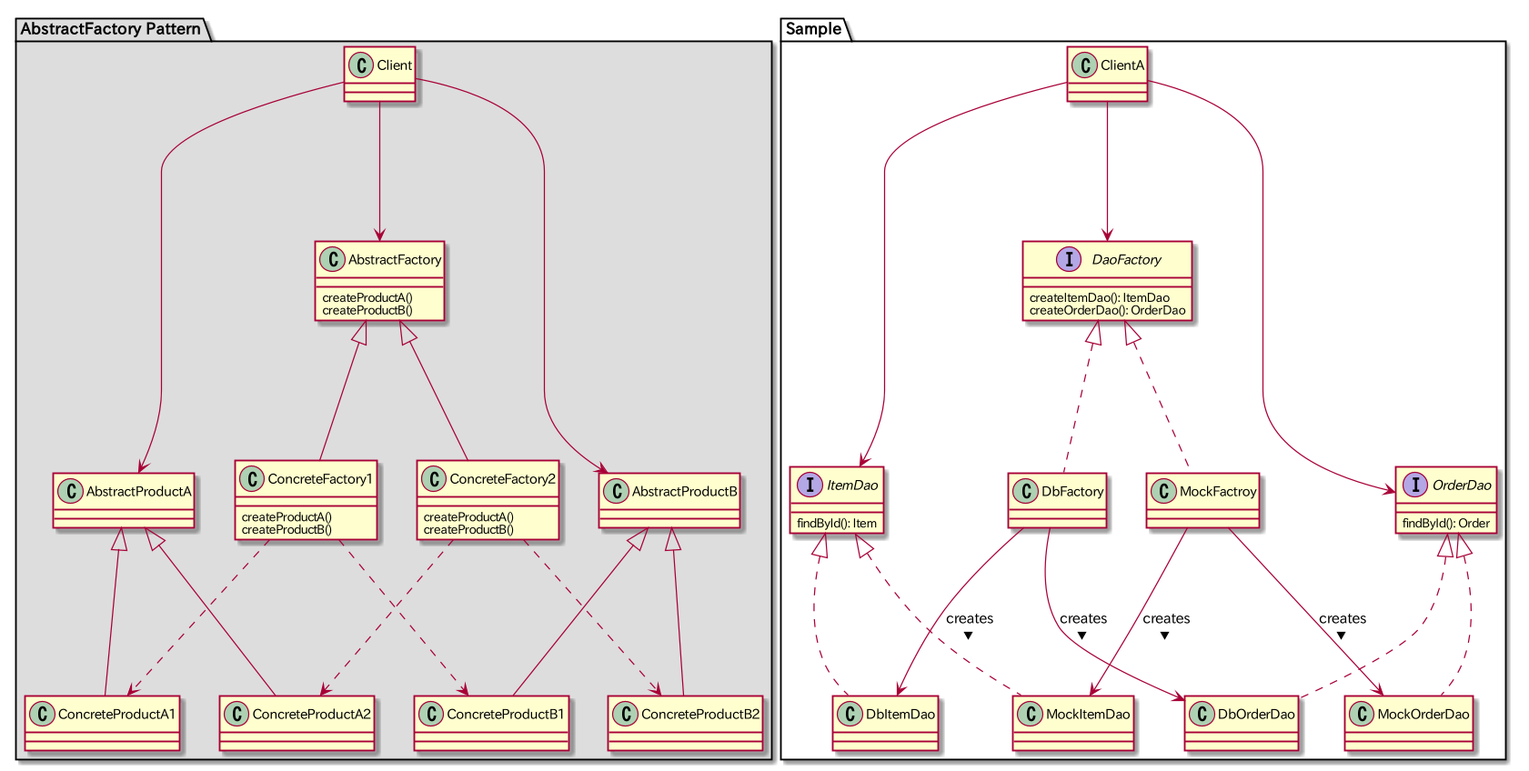
kenjis/PhpDesignPattern keeps this PlantUML diagram as AbstractFactory/AbstractFactory_class_dia.png. Above is the earlier version. Its diagram source:
```plantuml
@startuml

package "AbstractFactory Pattern" #DDDDDD {
  class AbstractFactory {
    createProductA()
    createProductB()
  }

  class ConcreteFactory1 {
    createProductA()
    createProductB()
  }

  class ConcreteFactory2 {
    createProductA()
    createProductB()
  }

  AbstractFactory <|-- ConcreteFactory1
  AbstractFactory <|-- ConcreteFactory2

  class AbstractProductA
  class ConcreteProductA1
  class ConcreteProductA2

  AbstractProductA <|-- ConcreteProductA1
  AbstractProductA <|-- ConcreteProductA2

  class AbstractProductB
  class ConcreteProductB1
  class ConcreteProductB2

  AbstractProductB <|-- ConcreteProductB1
  AbstractProductB <|-- ConcreteProductB2

  ConcreteFactory1 ..> ConcreteProductA1
  ConcreteFactory1 ..> ConcreteProductB1

  ConcreteFactory2 ..> ConcreteProductA2
  ConcreteFactory2 ..> ConcreteProductB2

  class Client

  Client --> AbstractFactory
  Client --> AbstractProductA
  Client --> AbstractProductB
}

package "Sample" {
  interface DaoFactory {
    createItemDao(): ItemDao
    createOrderDao(): OrderDao
  }
  class DbFactory
  class MockFactroy

  DaoFactory <|.. DbFactory
  DaoFactory <|.. MockFactroy

  interface ItemDao {
    findById(): Item
  }
  class DbItemDao
  class MockItemDao

  ItemDao <|.. DbItemDao
  ItemDao <|.. MockItemDao

  interface OrderDao {
    findById(): Order
  }
  class DbOrderDao
  class MockOrderDao

  OrderDao <|.. DbOrderDao
  OrderDao <|.. MockOrderDao

  class ClientA

  ClientA --> DaoFactory
  ClientA --> ItemDao
  ClientA --> OrderDao

  DbFactory --> DbItemDao : creates >
  DbFactory --> DbOrderDao : creates >

  MockFactroy --> MockItemDao : creates >
  MockFactroy --> MockOrderDao : creates >
}

@enduml
```
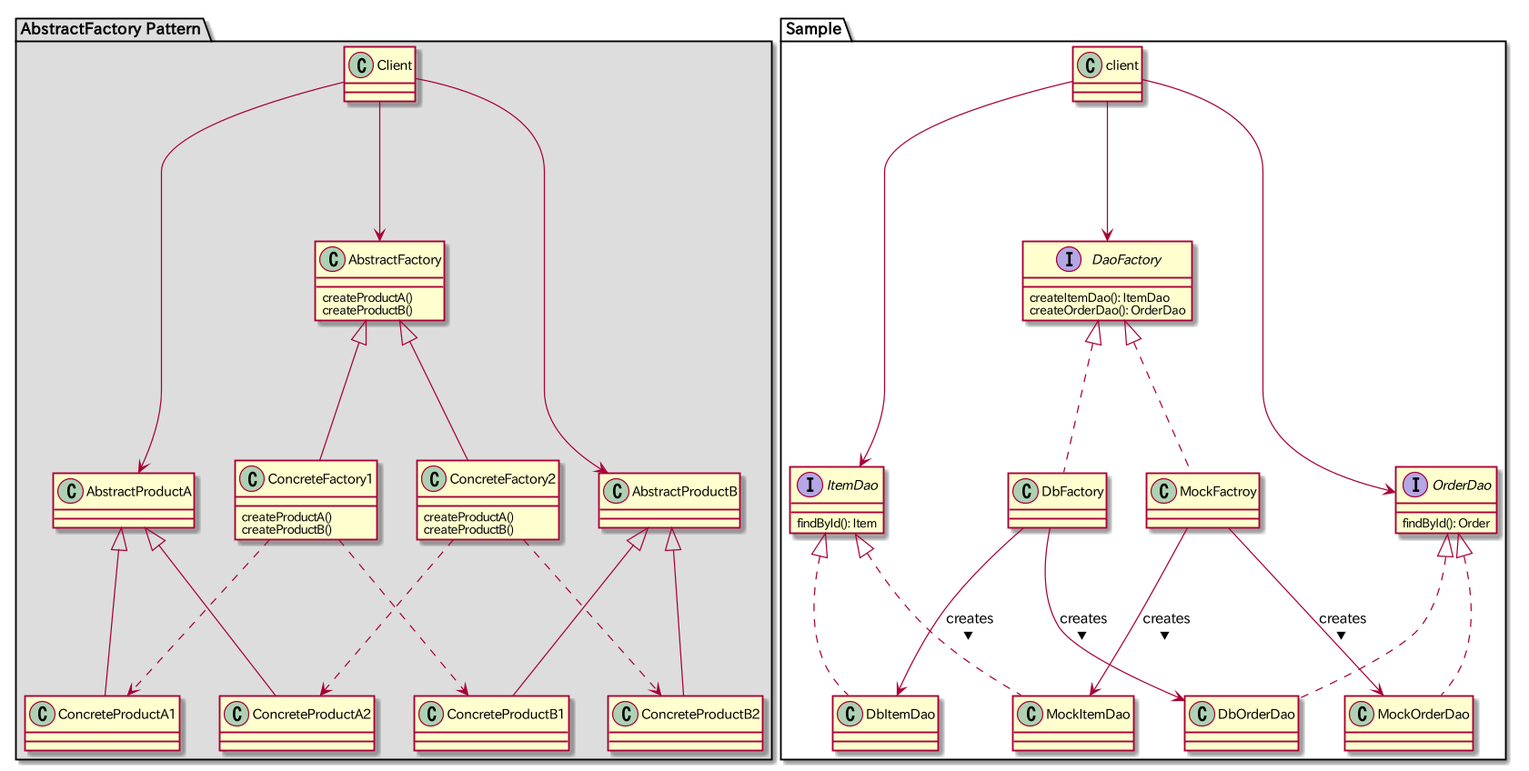
The same diagram one commit later.

Commit message:
docs: change client classname in Sample

The edit, as a diff of the source:
```diff
@@ -75,11 +75,11 @@
   OrderDao <|.. DbOrderDao
   OrderDao <|.. MockOrderDao
 
-  class ClientA
+  class client
 
-  ClientA --> DaoFactory
-  ClientA --> ItemDao
-  ClientA --> OrderDao
+  client --> DaoFactory
+  client --> ItemDao
+  client --> OrderDao
 
   DbFactory --> DbItemDao : creates >
   DbFactory --> DbOrderDao : creates >
```
